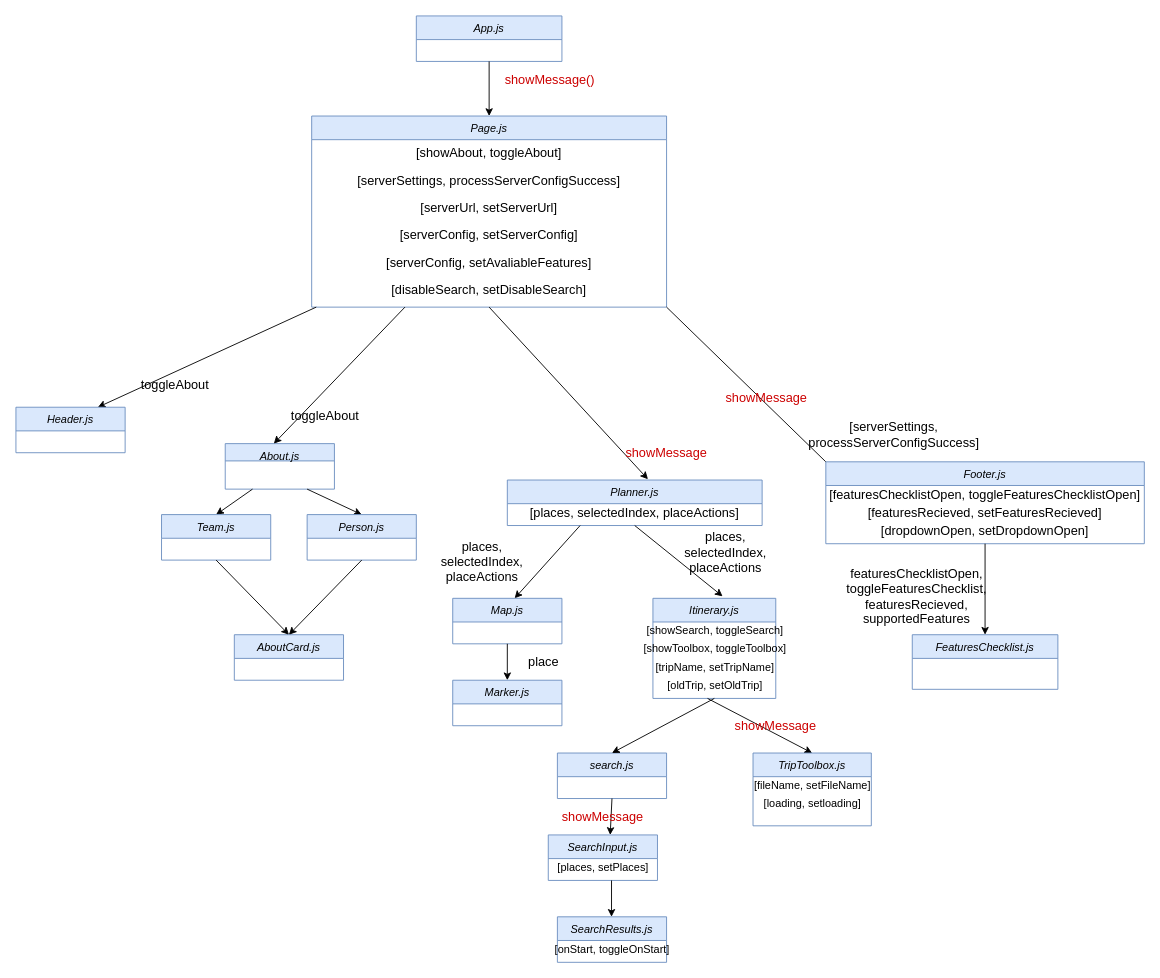
The draw.io diagram reports/images/Component Diagram.drawio in tmanbarton/cs314Project, before the edit. Source tidied: cells renumbered, new cells numbered last; positions are measured from the earlier drawing's top-left corner, leaving out a move shared by most shapes. Both pictures are drawn from the tidied source at 91%, with x=0, y=0 at pixel (15, 15).
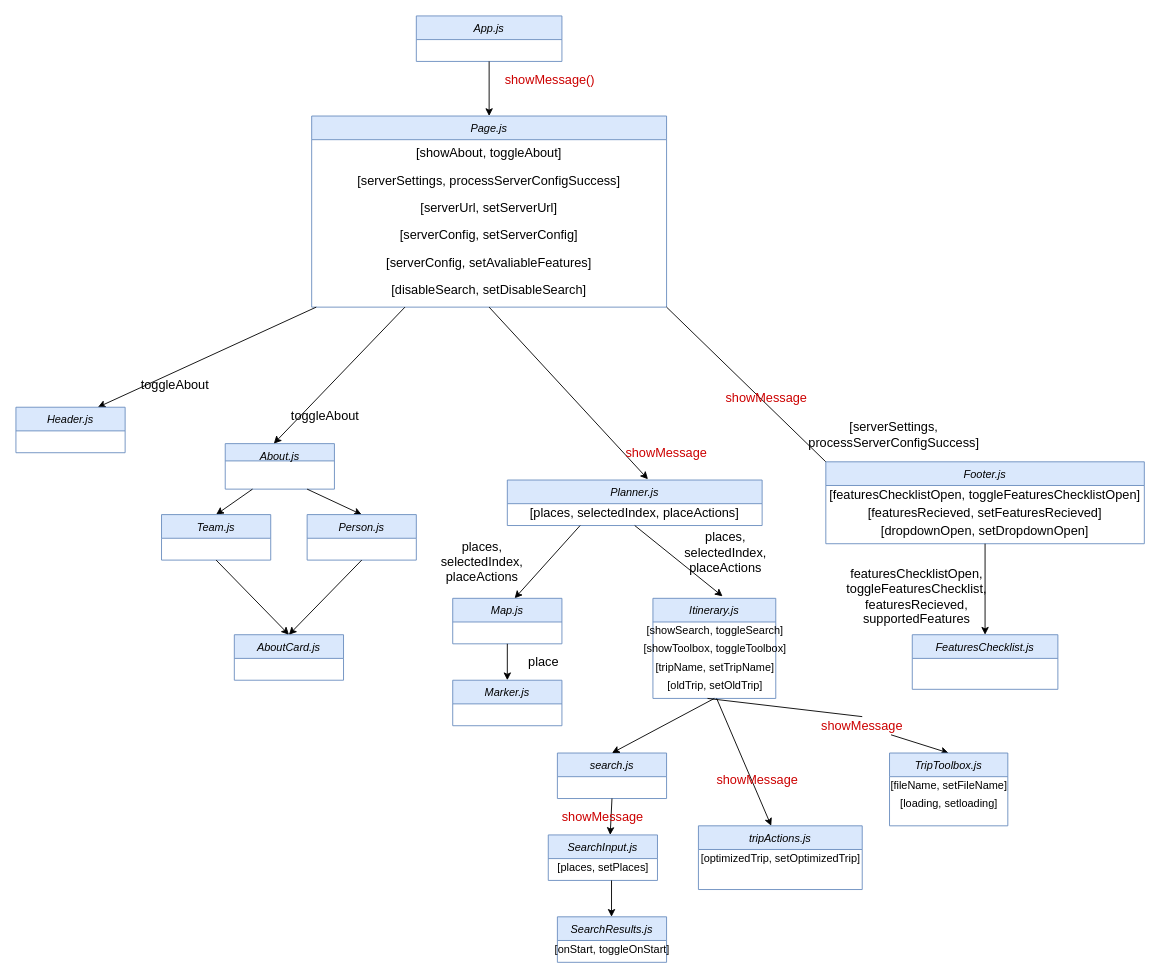
The same page after the edit.

Commit message (it also covers changes not shown here):
Modified client diagram for new changes

What changed in the source:
```diff
@@
-    <mxCell id="61" style="endArrow=classic;html=1;startArrow=none;entryX=0.5;entryY=0;entryDx=0;entryDy=0;" parent="1" edge="1" target="62">
-      <mxGeometry relative="1" as="geometry">
-        <mxPoint x="760" y="750" as="sourcePoint" />
-      </mxGeometry>
+    <mxCell id="61" style="endArrow=classic;html=1;startArrow=none;entryX=0.5;entryY=0;entryDx=0;entryDy=0;" parent="1" edge="1" source="65" target="62">
+      <mxGeometry relative="1" as="geometry" />
     </mxCell>
     <mxCell id="62" value="TripToolbox.js" style="swimlane;fontStyle=2;align=center;verticalAlign=top;horizontal=1;startSize=26;rounded=0;shadow=0;strokeWidth=1;fillColor=#dae8fc;strokeColor=#6c8ebf;" parent="1" vertex="1">
-      <mxGeometry x="810" y="810" width="130" height="80" as="geometry" />
+      <mxGeometry x="960" y="810" width="130" height="80" as="geometry" />
     </mxCell>
@@
     <mxCell id="65" value="&lt;span style=&quot;color: rgb(204 , 0 , 0)&quot;&gt;showMessage&lt;/span&gt;" style="text;html=1;strokeColor=none;fillColor=none;align=center;verticalAlign=middle;whiteSpace=wrap;rounded=0;fontSize=14;fontColor=#FF0000;" parent="1" vertex="1">
-      <mxGeometry x="780" y="770" width="110" height="20" as="geometry" />
+      <mxGeometry x="875" y="770" width="110" height="20" as="geometry" />
     </mxCell>
+    <mxCell id="66" style="endArrow=none;html=1;startArrow=none;entryX=0.5;entryY=0;entryDx=0;entryDy=0;" parent="1" edge="1" target="65">
+      <mxGeometry relative="1" as="geometry">
+        <mxPoint x="760" y="750" as="sourcePoint" />
+      </mxGeometry>
+    </mxCell>
+    <mxCell id="67" style="endArrow=classic;html=1;rounded=0;" parent="1" edge="1">
+      <mxGeometry relative="1" as="geometry">
+        <mxPoint x="770" y="750" as="sourcePoint" />
+        <mxPoint x="830" y="890" as="targetPoint" />
+      </mxGeometry>
+    </mxCell>
+    <mxCell id="68" value="tripActions.js" style="swimlane;fontStyle=2;align=center;verticalAlign=top;horizontal=1;startSize=26;rounded=0;shadow=0;strokeWidth=1;fillColor=#dae8fc;strokeColor=#6c8ebf;" parent="1" vertex="1">
+      <mxGeometry x="750" y="890" width="180" height="70" as="geometry" />
+    </mxCell>
+    <mxCell id="69" value="[optimizedTrip, setOptimizedTrip]" style="text;html=1;align=center;verticalAlign=middle;strokeColor=none;fillColor=none;" parent="68" vertex="1">
+      <mxGeometry y="26" width="180" height="20" as="geometry" />
+    </mxCell>
+    <mxCell id="70" value="&lt;span style=&quot;color: rgb(204 , 0 , 0)&quot;&gt;showMessage&lt;/span&gt;" style="text;html=1;strokeColor=none;fillColor=none;align=center;verticalAlign=middle;whiteSpace=wrap;rounded=0;fontSize=14;fontColor=#FF0000;" parent="1" vertex="1">
+      <mxGeometry x="760" y="830" width="110" height="20" as="geometry" />
+    </mxCell>
```
